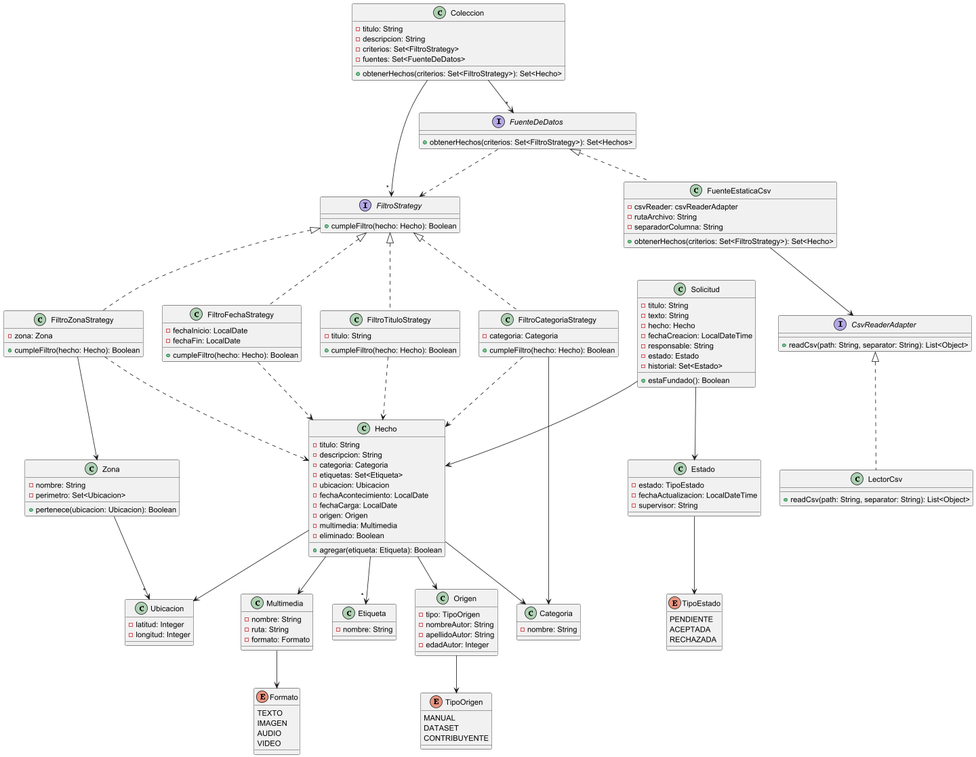
Before: docs/diagrama_de_clases.png, a diagram exported from PlantUML (Leo-de-Riv3r/2025-tpa-ma-ma-grupo-02-deploy).
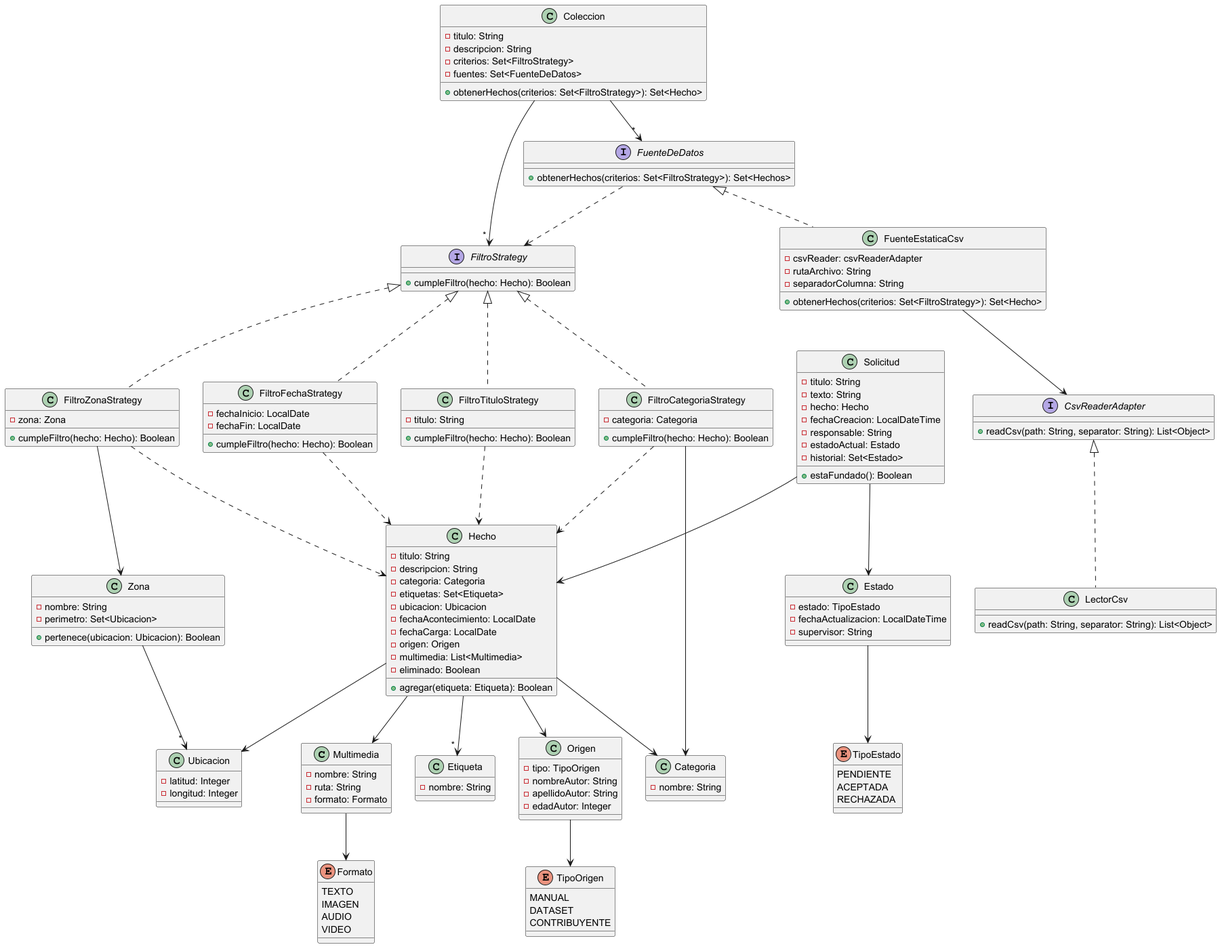
Above is the later version.

Commit message:
actualizo clases solicitud y hecho

The edit, as a diff of the source:
```diff
@@ -80,7 +80,7 @@
     - fechaAcontecimiento: LocalDate
     - fechaCarga: LocalDate
     - origen: Origen
-    - multimedia: Multimedia
+    - multimedia: List<Multimedia>
     - eliminado: Boolean
     + agregar(etiqueta: Etiqueta): Boolean
 }
@@ -153,7 +153,7 @@
    - hecho: Hecho
    - fechaCreacion: LocalDateTime
    - responsable: String
-   - estado: Estado
+   - estadoActual: Estado
    - historial: Set<Estado>
    + estaFundado(): Boolean
 }
```
